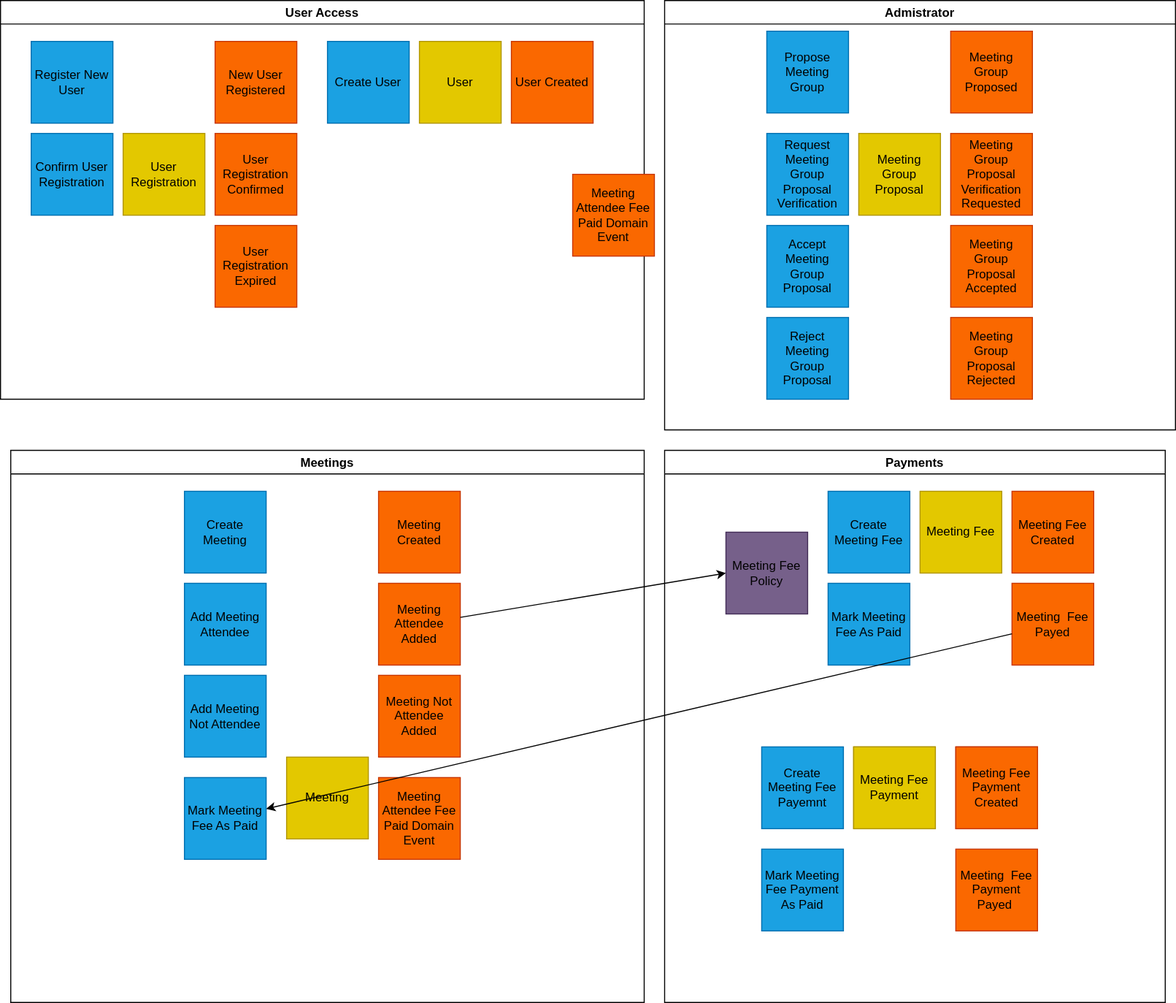
Above: Images/4_劃分限界上下文.svg in ephebe/EventStormingPractice (draw.io), before the change. Source tidied: cells renumbered, new cells last; positions are measured from the earlier drawing's top-left corner, leaving out a move shared by most shapes. Source of this version:
```xml
<mxGraphModel>
  <root>
    <mxCell id="0" />
    <mxCell id="1" parent="0" />
    <mxCell id="2" value="User Access" style="swimlane;" parent="1" vertex="1">
      <mxGeometry width="630" height="390" as="geometry" />
    </mxCell>
    <mxCell id="3" value="&lt;span style=&quot;color: rgb(0 , 0 , 0)&quot;&gt;User Registration Confirmed&lt;/span&gt;" style="whiteSpace=wrap;html=1;fontColor=#000000;fillColor=#fa6800;strokeColor=#C73500;" parent="2" vertex="1">
      <mxGeometry x="210" y="130" width="80" height="80" as="geometry" />
    </mxCell>
    <mxCell id="4" value="&lt;span style=&quot;color: rgb(0 , 0 , 0)&quot;&gt;User Registration Expired&lt;/span&gt;" style="whiteSpace=wrap;html=1;fontColor=#000000;fillColor=#fa6800;strokeColor=#C73500;" parent="2" vertex="1">
      <mxGeometry x="210" y="220" width="80" height="80" as="geometry" />
    </mxCell>
    <mxCell id="5" value="Create User" style="whiteSpace=wrap;html=1;fontColor=#000000;fillColor=#1ba1e2;strokeColor=#006EAF;" parent="2" vertex="1">
      <mxGeometry x="320" y="40" width="80" height="80" as="geometry" />
    </mxCell>
    <mxCell id="6" value="&lt;span style=&quot;color: rgb(0 , 0 , 0)&quot;&gt;User Created&lt;/span&gt;" style="whiteSpace=wrap;html=1;fontColor=#000000;fillColor=#fa6800;strokeColor=#C73500;" parent="2" vertex="1">
      <mxGeometry x="500" y="40" width="80" height="80" as="geometry" />
    </mxCell>
    <mxCell id="7" value="User" style="whiteSpace=wrap;html=1;fillColor=#e3c800;fontColor=#000000;strokeColor=#B09500;" parent="2" vertex="1">
      <mxGeometry x="410" y="40" width="80" height="80" as="geometry" />
    </mxCell>
    <mxCell id="8" value="Register New User" style="whiteSpace=wrap;html=1;fillColor=#1ba1e2;fontColor=#000000;strokeColor=#006EAF;" parent="2" vertex="1">
      <mxGeometry x="30" y="40" width="80" height="80" as="geometry" />
    </mxCell>
    <mxCell id="9" value="Confirm User Registration" style="whiteSpace=wrap;html=1;fontColor=#000000;fillColor=#1ba1e2;strokeColor=#006EAF;" parent="2" vertex="1">
      <mxGeometry x="30" y="130" width="80" height="80" as="geometry" />
    </mxCell>
    <mxCell id="10" value="User Registration" style="whiteSpace=wrap;html=1;fillColor=#e3c800;fontColor=#000000;strokeColor=#B09500;" parent="2" vertex="1">
      <mxGeometry x="120" y="130" width="80" height="80" as="geometry" />
    </mxCell>
    <mxCell id="11" value="&lt;span style=&quot;color: rgb(0 , 0 , 0)&quot;&gt;New User Registered&lt;/span&gt;" style="whiteSpace=wrap;html=1;fontColor=#000000;fillColor=#fa6800;strokeColor=#C73500;" parent="2" vertex="1">
      <mxGeometry x="210" y="40" width="80" height="80" as="geometry" />
    </mxCell>
    <mxCell id="12" value="Meetings" style="swimlane;startSize=23;" parent="1" vertex="1">
      <mxGeometry x="10" y="440" width="620" height="540" as="geometry" />
    </mxCell>
    <mxCell id="13" value="Create Meeting" style="whiteSpace=wrap;html=1;fontColor=#000000;fillColor=#1ba1e2;strokeColor=#006EAF;" parent="12" vertex="1">
      <mxGeometry x="170" y="40" width="80" height="80" as="geometry" />
    </mxCell>
    <mxCell id="14" value="Meeting" style="whiteSpace=wrap;html=1;fillColor=#e3c800;fontColor=#000000;strokeColor=#B09500;" parent="12" vertex="1">
      <mxGeometry x="270" y="300" width="80" height="80" as="geometry" />
    </mxCell>
    <mxCell id="15" value="&lt;span style=&quot;color: rgb(0 , 0 , 0)&quot;&gt;Meeting Created&lt;/span&gt;" style="whiteSpace=wrap;html=1;fontColor=#000000;fillColor=#fa6800;strokeColor=#C73500;" parent="12" vertex="1">
      <mxGeometry x="360" y="40" width="80" height="80" as="geometry" />
    </mxCell>
    <mxCell id="16" value="&lt;span style=&quot;color: rgb(0 , 0 , 0)&quot;&gt;Add Meeting Attendee&lt;/span&gt;" style="whiteSpace=wrap;html=1;fillColor=#1ba1e2;fontColor=#ffffff;strokeColor=#006EAF;" parent="12" vertex="1">
      <mxGeometry x="170" y="130" width="80" height="80" as="geometry" />
    </mxCell>
    <mxCell id="17" value="&lt;span style=&quot;color: rgb(0 , 0 , 0)&quot;&gt;Add Meeting Not Attendee&lt;/span&gt;" style="whiteSpace=wrap;html=1;fillColor=#1ba1e2;fontColor=#ffffff;strokeColor=#006EAF;" parent="12" vertex="1">
      <mxGeometry x="170" y="220" width="80" height="80" as="geometry" />
    </mxCell>
    <mxCell id="18" value="&lt;span style=&quot;color: rgb(0 , 0 , 0)&quot;&gt;Meeting Attendee Added&lt;/span&gt;" style="whiteSpace=wrap;html=1;fillColor=#fa6800;fontColor=#000000;strokeColor=#C73500;" parent="12" vertex="1">
      <mxGeometry x="360" y="130" width="80" height="80" as="geometry" />
    </mxCell>
    <mxCell id="19" value="&lt;span style=&quot;color: rgb(0 , 0 , 0)&quot;&gt;Meeting Not Attendee Added&lt;/span&gt;" style="whiteSpace=wrap;html=1;fillColor=#fa6800;fontColor=#000000;strokeColor=#C73500;" parent="12" vertex="1">
      <mxGeometry x="360" y="220" width="80" height="80" as="geometry" />
    </mxCell>
    <mxCell id="20" value="&lt;span&gt;Mark Meeting Fee As Paid&lt;/span&gt;" style="whiteSpace=wrap;html=1;fontColor=#000000;fillColor=#1ba1e2;strokeColor=#006EAF;" parent="12" vertex="1">
      <mxGeometry x="170" y="320" width="80" height="80" as="geometry" />
    </mxCell>
    <mxCell id="21" value="Meeting Attendee Fee Paid Domain Event" style="whiteSpace=wrap;html=1;fillColor=#fa6800;fontColor=#000000;strokeColor=#C73500;" parent="12" vertex="1">
      <mxGeometry x="360" y="320" width="80" height="80" as="geometry" />
    </mxCell>
    <mxCell id="22" value="Payments" style="swimlane;" parent="1" vertex="1">
      <mxGeometry x="650" y="440" width="490" height="540" as="geometry" />
    </mxCell>
    <mxCell id="23" value="Meeting Fee Created" style="whiteSpace=wrap;html=1;fillColor=#fa6800;fontColor=#000000;strokeColor=#C73500;" parent="22" vertex="1">
      <mxGeometry x="340" y="40" width="80" height="80" as="geometry" />
    </mxCell>
    <mxCell id="24" value="Create Meeting Fee" style="whiteSpace=wrap;html=1;fontColor=#000000;fillColor=#1ba1e2;strokeColor=#006EAF;" parent="22" vertex="1">
      <mxGeometry x="160" y="40" width="80" height="80" as="geometry" />
    </mxCell>
    <mxCell id="25" value="Meeting Fee" style="whiteSpace=wrap;html=1;fillColor=#e3c800;fontColor=#000000;strokeColor=#B09500;" parent="22" vertex="1">
      <mxGeometry x="250" y="40" width="80" height="80" as="geometry" />
    </mxCell>
    <mxCell id="26" value="Meeting Fee Payment Created" style="whiteSpace=wrap;html=1;fillColor=#fa6800;fontColor=#000000;strokeColor=#C73500;" parent="22" vertex="1">
      <mxGeometry x="285" y="290" width="80" height="80" as="geometry" />
    </mxCell>
    <mxCell id="27" value="Create Meeting Fee Payemnt" style="whiteSpace=wrap;html=1;fontColor=#000000;fillColor=#1ba1e2;strokeColor=#006EAF;" parent="22" vertex="1">
      <mxGeometry x="95" y="290" width="80" height="80" as="geometry" />
    </mxCell>
    <mxCell id="28" value="Meeting Fee Payment" style="whiteSpace=wrap;html=1;fillColor=#e3c800;fontColor=#000000;strokeColor=#B09500;" parent="22" vertex="1">
      <mxGeometry x="185" y="290" width="80" height="80" as="geometry" />
    </mxCell>
    <mxCell id="29" value="Mark Meeting Fee Payment As Paid" style="whiteSpace=wrap;html=1;fontColor=#000000;fillColor=#1ba1e2;strokeColor=#006EAF;" parent="22" vertex="1">
      <mxGeometry x="95" y="390" width="80" height="80" as="geometry" />
    </mxCell>
    <mxCell id="30" value="&lt;span style=&quot;color: rgb(0 , 0 , 0)&quot;&gt;Meeting&amp;nbsp; Fee Payment Payed&amp;nbsp;&lt;/span&gt;" style="whiteSpace=wrap;html=1;fillColor=#fa6800;fontColor=#000000;strokeColor=#C73500;" parent="22" vertex="1">
      <mxGeometry x="285" y="390" width="80" height="80" as="geometry" />
    </mxCell>
    <mxCell id="31" value="&lt;span&gt;Mark Meeting Fee As Paid&lt;/span&gt;" style="whiteSpace=wrap;html=1;fontColor=#000000;fillColor=#1ba1e2;strokeColor=#006EAF;" parent="22" vertex="1">
      <mxGeometry x="160" y="130" width="80" height="80" as="geometry" />
    </mxCell>
    <mxCell id="32" value="&lt;span style=&quot;color: rgb(0 , 0 , 0)&quot;&gt;Meeting&amp;nbsp; Fee Payed&lt;/span&gt;" style="whiteSpace=wrap;html=1;fillColor=#fa6800;fontColor=#000000;strokeColor=#C73500;" parent="22" vertex="1">
      <mxGeometry x="340" y="130" width="80" height="80" as="geometry" />
    </mxCell>
    <mxCell id="33" value="Meeting Fee Payment" style="whiteSpace=wrap;html=1;fillColor=#e3c800;fontColor=#000000;strokeColor=#B09500;" parent="22" vertex="1">
      <mxGeometry x="185" y="290" width="80" height="80" as="geometry" />
    </mxCell>
    <mxCell id="34" value="Meeting Fee Payment Created" style="whiteSpace=wrap;html=1;fillColor=#fa6800;fontColor=#000000;strokeColor=#C73500;" parent="22" vertex="1">
      <mxGeometry x="285" y="290" width="80" height="80" as="geometry" />
    </mxCell>
    <mxCell id="35" value="Meeting Fee Policy" style="whiteSpace=wrap;html=1;fillColor=#76608a;fontColor=#000000;strokeColor=#432D57;" parent="22" vertex="1">
      <mxGeometry x="60" y="80" width="80" height="80" as="geometry" />
    </mxCell>
    <mxCell id="36" value="Admistrator" style="swimlane;" parent="1" vertex="1">
      <mxGeometry x="650" width="500" height="420" as="geometry" />
    </mxCell>
    <mxCell id="37" value="Propose Meeting Group" style="whiteSpace=wrap;html=1;fontColor=#000000;fillColor=#1ba1e2;strokeColor=#006EAF;" parent="36" vertex="1">
      <mxGeometry x="100" y="30" width="80" height="80" as="geometry" />
    </mxCell>
    <mxCell id="38" value="&lt;span style=&quot;color: rgb(0 , 0 , 0)&quot;&gt;Meeting Group Proposed&lt;/span&gt;" style="whiteSpace=wrap;html=1;fillColor=#fa6800;fontColor=#000000;strokeColor=#C73500;" parent="36" vertex="1">
      <mxGeometry x="280" y="30" width="80" height="80" as="geometry" />
    </mxCell>
    <mxCell id="39" value="Meeting Group Proposal" style="whiteSpace=wrap;html=1;fillColor=#e3c800;fontColor=#000000;strokeColor=#B09500;" parent="36" vertex="1">
      <mxGeometry x="190" y="130" width="80" height="80" as="geometry" />
    </mxCell>
    <mxCell id="40" value="Request Meeting Group Proposal Verification" style="whiteSpace=wrap;html=1;fontColor=#000000;fillColor=#1ba1e2;strokeColor=#006EAF;" parent="36" vertex="1">
      <mxGeometry x="100" y="130" width="80" height="80" as="geometry" />
    </mxCell>
    <mxCell id="41" value="&lt;span style=&quot;color: rgb(0 , 0 , 0)&quot;&gt;Meeting Group Proposal Verification Requested&lt;/span&gt;" style="whiteSpace=wrap;html=1;fontColor=#000000;fillColor=#fa6800;strokeColor=#C73500;" parent="36" vertex="1">
      <mxGeometry x="280" y="130" width="80" height="80" as="geometry" />
    </mxCell>
    <mxCell id="42" value="Accept Meeting Group Proposal" style="whiteSpace=wrap;html=1;fontColor=#000000;fillColor=#1ba1e2;strokeColor=#006EAF;" parent="36" vertex="1">
      <mxGeometry x="100" y="220" width="80" height="80" as="geometry" />
    </mxCell>
    <mxCell id="43" value="&lt;span style=&quot;color: rgb(0 , 0 , 0)&quot;&gt;Meeting Group Proposal Accepted&lt;/span&gt;" style="whiteSpace=wrap;html=1;fontColor=#000000;fillColor=#fa6800;strokeColor=#C73500;" parent="36" vertex="1">
      <mxGeometry x="280" y="220" width="80" height="80" as="geometry" />
    </mxCell>
    <mxCell id="44" value="Reject Meeting Group Proposal" style="whiteSpace=wrap;html=1;fontColor=#000000;fillColor=#1ba1e2;strokeColor=#006EAF;" parent="36" vertex="1">
      <mxGeometry x="100" y="310" width="80" height="80" as="geometry" />
    </mxCell>
    <mxCell id="45" value="&lt;span style=&quot;color: rgb(0 , 0 , 0)&quot;&gt;Meeting Group Proposal Rejected&lt;/span&gt;" style="whiteSpace=wrap;html=1;fontColor=#000000;fillColor=#fa6800;strokeColor=#C73500;" parent="36" vertex="1">
      <mxGeometry x="280" y="310" width="80" height="80" as="geometry" />
    </mxCell>
    <mxCell id="46" style="edgeStyle=none;html=1;entryX=0;entryY=0.5;entryDx=0;entryDy=0;" parent="1" edge="1" source="18" target="35">
      <mxGeometry relative="1" as="geometry" />
    </mxCell>
    <mxCell id="47" value="Meeting Attendee Fee Paid Domain Event" style="whiteSpace=wrap;html=1;fillColor=#fa6800;fontColor=#000000;strokeColor=#C73500;" parent="1" vertex="1">
      <mxGeometry x="560" y="170" width="80" height="80" as="geometry" />
    </mxCell>
    <mxCell id="48" style="edgeStyle=none;html=1;" parent="1" edge="1" source="32" target="20">
      <mxGeometry relative="1" as="geometry" />
    </mxCell>
  </root>
</mxGraphModel>
```
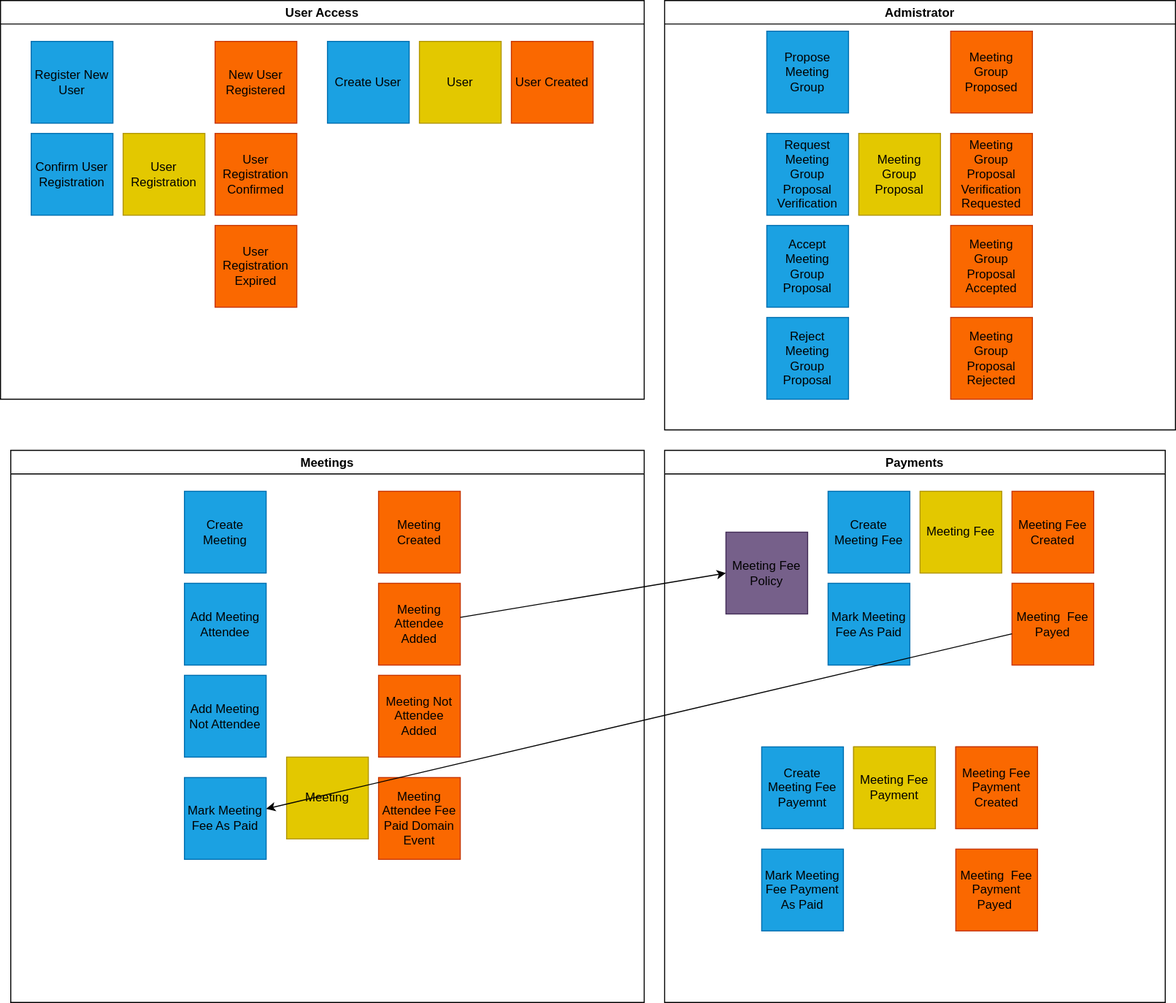
The same file after the commit.

What changed in the source:
```diff
@@ -137,9 +137,6 @@
     <mxCell id="46" style="edgeStyle=none;html=1;entryX=0;entryY=0.5;entryDx=0;entryDy=0;" parent="1" edge="1" source="18" target="35">
       <mxGeometry relative="1" as="geometry" />
     </mxCell>
-    <mxCell id="47" value="Meeting Attendee Fee Paid Domain Event" style="whiteSpace=wrap;html=1;fillColor=#fa6800;fontColor=#000000;strokeColor=#C73500;" parent="1" vertex="1">
-      <mxGeometry x="560" y="170" width="80" height="80" as="geometry" />
-    </mxCell>
     <mxCell id="48" style="edgeStyle=none;html=1;" parent="1" edge="1" source="32" target="20">
       <mxGeometry relative="1" as="geometry" />
     </mxCell>
```
